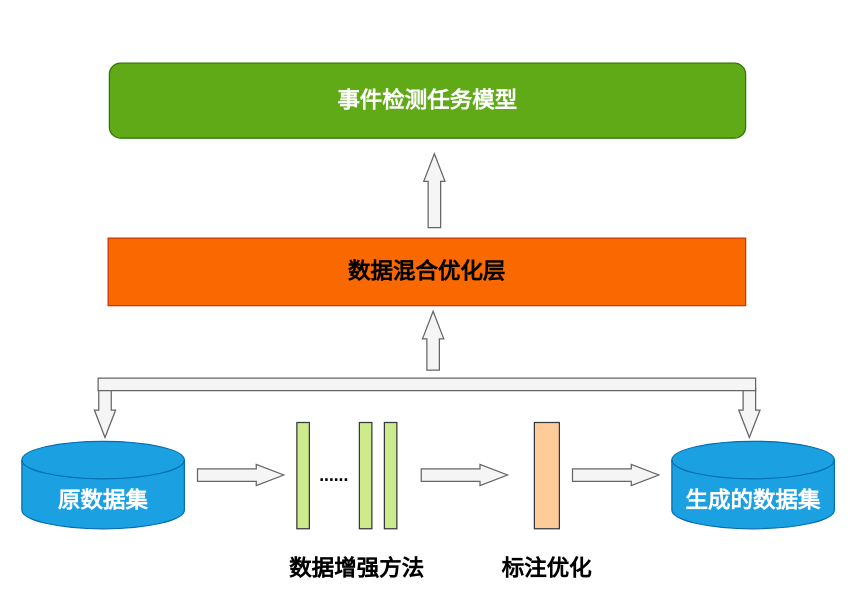
Above: 数据增强框架流程图.drawio in gitofding/first_repository (draw.io), before the change. Source tidied: cells renumbered, new cells numbered last; positions are measured from the earlier drawing's top-left corner, leaving out a move shared by most shapes. Both pictures are drawn from the tidied source at 125%, with x=0, y=0 at pixel (21, 62).
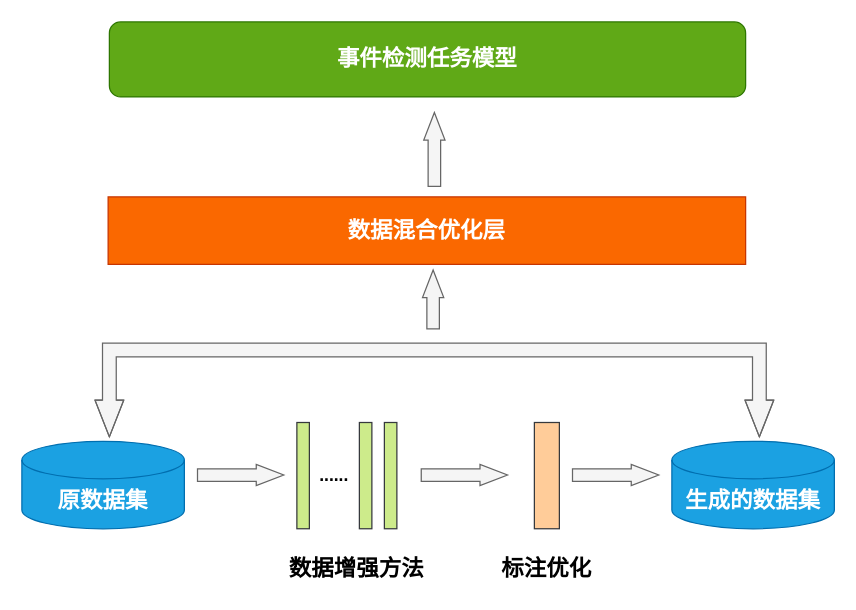
After the change.

Commit message (it also covers changes not shown here):
Update 数据增强框架流程图.drawio

Diff of the diagram source:
```diff
@@
     <mxCell id="6" style="shape=flexArrow;endArrow=classic;html=1;rounded=0;fontSize=14;endWidth=6;endSize=7;fillColor=#f5f5f5;strokeColor=#666666;" parent="1" edge="1">
       <mxGeometry relative="1" as="geometry">
-        <mxPoint x="329" y="246" as="sourcePoint" />
-        <mxPoint x="329" y="198" as="targetPoint" />
+        <mxPoint x="329" y="213" as="sourcePoint" />
+        <mxPoint x="329" y="165" as="targetPoint" />
       </mxGeometry>
     </mxCell>
     <mxCell id="7" style="shape=flexArrow;endArrow=classic;html=1;rounded=0;fontSize=14;endWidth=6;endSize=7;fillColor=#f5f5f5;strokeColor=#666666;" parent="1" edge="1">
       <mxGeometry relative="1" as="geometry">
-        <mxPoint x="330" y="132" as="sourcePoint" />
-        <mxPoint x="330" y="72" as="targetPoint" />
+        <mxPoint x="330" y="99" as="sourcePoint" />
+        <mxPoint x="330" y="39" as="targetPoint" />
       </mxGeometry>
     </mxCell>
@@
-    <mxCell id="15" style="shape=flexArrow;endArrow=classic;html=1;rounded=0;fontSize=14;endWidth=6;endSize=7;fillColor=#f5f5f5;strokeColor=#666666;" parent="1" edge="1">
-      <mxGeometry relative="1" as="geometry">
-        <mxPoint x="66.5" y="260" as="sourcePoint" />
-        <mxPoint x="66.5" y="300" as="targetPoint" />
-      </mxGeometry>
-    </mxCell>
-    <mxCell id="16" style="shape=flexArrow;endArrow=classic;html=1;rounded=0;fontSize=14;endWidth=6;endSize=7;fillColor=#f5f5f5;strokeColor=#666666;" parent="1" edge="1">
-      <mxGeometry relative="1" as="geometry">
-        <mxPoint x="582" y="260" as="sourcePoint" />
-        <mxPoint x="582" y="300" as="targetPoint" />
-      </mxGeometry>
-    </mxCell>
-    <mxCell id="17" style="rounded=0;whiteSpace=wrap;html=1;fontSize=14;fillColor=#f5f5f5;strokeColor=#666666;fontColor=#333333;" parent="1" vertex="1">
-      <mxGeometry x="61" y="252" width="526" height="10" as="geometry" />
-    </mxCell>
-    <mxCell id="18" value="&lt;b&gt;&lt;font style=&quot;font-size: 18px&quot;&gt;数据混合优化层&lt;/font&gt;&lt;/b&gt;" style="rounded=0;whiteSpace=wrap;html=1;fontSize=14;fillColor=#fa6800;fontColor=#000000;strokeColor=#C73500;" parent="1" vertex="1">
-      <mxGeometry x="69" y="140" width="510" height="54" as="geometry" />
+    <mxCell id="18" value="&lt;b&gt;&lt;font style=&quot;font-size: 18px&quot; color=&quot;#ffffff&quot;&gt;数据混合优化层&lt;/font&gt;&lt;/b&gt;" style="rounded=0;whiteSpace=wrap;html=1;fontSize=14;fillColor=#fa6800;fontColor=#000000;strokeColor=#C73500;" parent="1" vertex="1">
+      <mxGeometry x="69" y="107" width="510" height="54" as="geometry" />
     </mxCell>
@@
     <mxCell id="20" value="&lt;b&gt;事件检测任务模型&lt;/b&gt;" style="rounded=1;whiteSpace=wrap;html=1;fontSize=18;strokeColor=#2D7600;fillColor=#60a917;fontColor=#ffffff;" parent="1" vertex="1">
-      <mxGeometry x="70" width="509" height="60" as="geometry" />
+      <mxGeometry x="70" y="-33" width="509" height="60" as="geometry" />
     </mxCell>
+    <mxCell id="21" style="shape=flexArrow;endArrow=classic;startArrow=classic;html=1;rounded=0;fontSize=18;width=11;endSize=9.47;endWidth=11;startWidth=11;startSize=9.47;fillColor=#f5f5f5;strokeColor=#666666;" parent="1" edge="1">
+      <mxGeometry relative="1" as="geometry">
+        <mxPoint x="70" y="299.5" as="sourcePoint" />
+        <mxPoint x="590" y="299.5" as="targetPoint" />
+        <Array as="points">
+          <mxPoint x="70" y="229.5" />
+          <mxPoint x="590" y="229.5" />
+        </Array>
+      </mxGeometry>
+    </mxCell>
```
